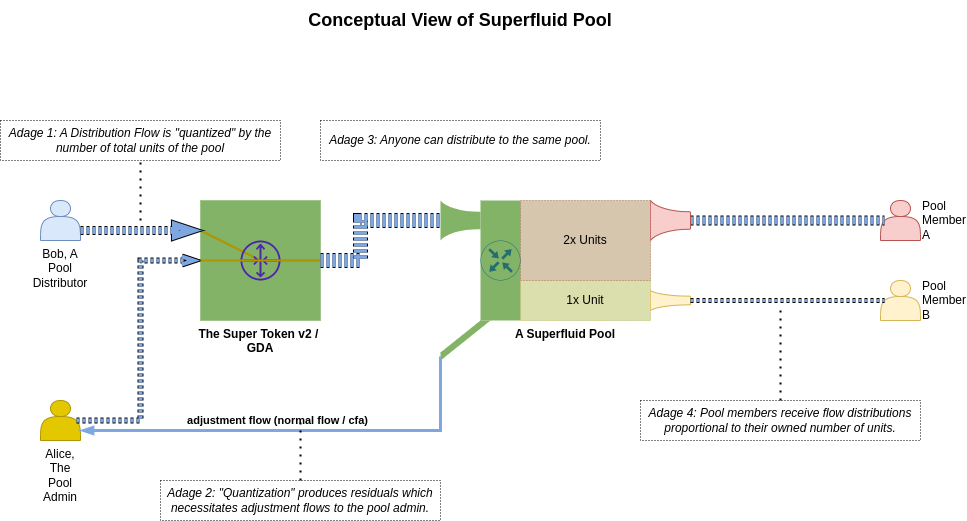
Earlier version of the draw.io export packages/solidity-semantic-money/docs/pool-concept-overview.png (superfluid-finance/protocol-monorepo). Source tidied: cells renumbered, new cells last; positions are measured from the earlier drawing's top-left corner, leaving out a move shared by most shapes. Source of this version:
```xml
<mxGraphModel>
  <root>
    <mxCell id="0" />
    <mxCell id="1" parent="0" />
    <mxCell id="2" value="The Super Token v2 / &#10;GDA" style="group;strokeColor=none;fillColor=#82B366;labelPosition=center;verticalLabelPosition=bottom;align=center;verticalAlign=top;fontStyle=1;" parent="1" vertex="1">
      <mxGeometry x="200" y="200" width="120" height="120" as="geometry" />
    </mxCell>
    <mxCell id="3" style="rounded=0;whiteSpace=wrap;html=1;fillColor=#82B366;strokeColor=none;labelPosition=center;verticalLabelPosition=bottom;align=center;verticalAlign=top;" parent="2" vertex="1">
      <mxGeometry width="120" height="120" as="geometry" />
    </mxCell>
    <mxCell id="4" style="endArrow=none;html=1;rounded=0;shadow=0;strokeColor=#B09500;fillColor=#e3c800;strokeWidth=2;entryX=1;entryY=0.5;entryDx=0;entryDy=0;exitX=0;exitY=0.25;exitDx=0;exitDy=0;fontStyle=1;labelPosition=center;verticalLabelPosition=middle;align=center;verticalAlign=middle;" parent="2" edge="1" source="3" target="3">
      <mxGeometry x="-0.09" y="10" relative="1" as="geometry">
        <Array as="points">
          <mxPoint x="60" y="60" />
        </Array>
      </mxGeometry>
    </mxCell>
    <mxCell id="5" style="sketch=0;outlineConnect=0;fontColor=#232F3E;gradientColor=none;fillColor=#4D27AA;strokeColor=none;dashed=0;verticalLabelPosition=bottom;verticalAlign=top;align=center;html=1;fontSize=12;fontStyle=0;shape=mxgraph.aws4.router;" parent="2" vertex="1">
      <mxGeometry x="40" y="40" width="40" height="40" as="geometry" />
    </mxCell>
    <mxCell id="6" style="verticalLabelPosition=bottom;align=center;outlineConnect=0;dashed=0;html=1;verticalAlign=top;shape=mxgraph.pid.flow_sensors.flow_nozzle;strokeColor=none;fillColor=#82B366;" parent="1" vertex="1">
      <mxGeometry x="440" y="200" width="40" height="40" as="geometry" />
    </mxCell>
    <mxCell id="7" value="A Superfluid Pool" style="rounded=0;whiteSpace=wrap;html=1;fillColor=#82B366;strokeColor=none;labelPosition=center;verticalLabelPosition=bottom;align=center;verticalAlign=top;fontStyle=1;" parent="1" vertex="1">
      <mxGeometry x="480" y="200" width="170" height="120" as="geometry" />
    </mxCell>
    <mxCell id="8" style="verticalLabelPosition=bottom;verticalAlign=top;html=1;shape=mxgraph.basic.diag_stripe;dx=4;strokeColor=none;fillColor=#82B366;flipV=1;direction=south;" parent="1" vertex="1">
      <mxGeometry x="440" y="320" width="50" height="40" as="geometry" />
    </mxCell>
    <mxCell id="9" value="Bob, A Pool Distributor" style="shape=actor;whiteSpace=wrap;html=1;strokeColor=#6c8ebf;fillColor=#dae8fc;labelPosition=center;verticalLabelPosition=bottom;align=center;verticalAlign=top;" parent="1" vertex="1">
      <mxGeometry x="40" y="200" width="40" height="40" as="geometry" />
    </mxCell>
    <mxCell id="10" style="shape=filledEdge;fixDash=1;endArrow=blockThin;strokeWidth=9;fillColor=#7EA6E0;edgeStyle=orthogonalEdgeStyle;html=1;strokeColor=default;rounded=0;shadow=0;dashed=1;endFill=1;" parent="1" edge="1">
      <mxGeometry relative="1" as="geometry">
        <mxPoint x="80" y="230" as="sourcePoint" />
        <mxPoint x="200" y="230" as="targetPoint" />
        <Array as="points">
          <mxPoint x="180" y="230" />
          <mxPoint x="180" y="230" />
        </Array>
      </mxGeometry>
    </mxCell>
    <mxCell id="11" style="shape=filledEdge;fixDash=1;endArrow=none;strokeWidth=15;fillColor=#7EA6E0;edgeStyle=orthogonalEdgeStyle;html=1;strokeColor=default;rounded=0;shadow=0;entryX=0;entryY=0.5;entryDx=0;entryDy=0;entryPerimeter=0;exitX=1;exitY=0.5;exitDx=0;exitDy=0;dashed=1;endFill=0;" parent="1" edge="1" source="3" target="6">
      <mxGeometry relative="1" as="geometry">
        <Array as="points">
          <mxPoint x="360" y="260" />
          <mxPoint x="360" y="220" />
        </Array>
      </mxGeometry>
    </mxCell>
    <mxCell id="12" value="Alice, The&lt;br&gt;Pool Admin" style="shape=actor;whiteSpace=wrap;html=1;strokeColor=#B09500;fillColor=#e3c800;fontColor=#000000;verticalAlign=top;labelPosition=center;verticalLabelPosition=bottom;align=center;" parent="1" vertex="1">
      <mxGeometry x="40" y="400" width="40" height="40" as="geometry" />
    </mxCell>
    <mxCell id="13" value="adjustment flow (normal flow / cfa)" style="endArrow=none;html=1;rounded=0;shadow=0;strokeColor=#7EA6E0;fillColor=#7EA6E0;strokeWidth=3;entryX=0;entryY=0;entryDx=4;entryDy=50;entryPerimeter=0;exitX=1;exitY=0.75;exitDx=0;exitDy=0;fontStyle=1;labelPosition=center;verticalLabelPosition=middle;align=center;verticalAlign=middle;labelBackgroundColor=none;startArrow=blockThin;startFill=1;" parent="1" edge="1" source="12" target="8">
      <mxGeometry x="-0.09" y="10" relative="1" as="geometry">
        <Array as="points">
          <mxPoint x="440" y="430" />
        </Array>
      </mxGeometry>
    </mxCell>
    <mxCell id="14" value="Conceptual View of Superfluid Pool" style="text;html=1;strokeColor=none;fillColor=none;align=center;verticalAlign=middle;whiteSpace=wrap;rounded=0;fontSize=18;fontStyle=1;" parent="1" vertex="1">
      <mxGeometry x="280" width="360" height="40" as="geometry" />
    </mxCell>
    <mxCell id="15" value="Pool Member&lt;br&gt;A" style="shape=actor;whiteSpace=wrap;html=1;strokeColor=#b85450;fillColor=#f8cecc;labelPosition=right;verticalLabelPosition=middle;align=left;verticalAlign=middle;" parent="1" vertex="1">
      <mxGeometry x="880" y="200" width="40" height="40" as="geometry" />
    </mxCell>
    <mxCell id="16" value="Pool Member&lt;br&gt;B" style="shape=actor;whiteSpace=wrap;html=1;strokeColor=#d6b656;fillColor=#fff2cc;labelPosition=right;verticalLabelPosition=middle;align=left;verticalAlign=middle;" parent="1" vertex="1">
      <mxGeometry x="880" y="280" width="40" height="40" as="geometry" />
    </mxCell>
    <mxCell id="17" value="Adage 1: A Distribution Flow is &quot;quantized&quot; by the number of total units of the pool" style="text;html=1;strokeColor=default;fillColor=none;align=center;verticalAlign=middle;whiteSpace=wrap;rounded=0;fontSize=12;fontStyle=2;dashed=1;dashPattern=1 2;" parent="1" vertex="1">
      <mxGeometry y="120" width="280" height="40" as="geometry" />
    </mxCell>
    <mxCell id="18" style="endArrow=none;dashed=1;html=1;dashPattern=1 3;strokeWidth=2;rounded=0;shadow=0;strokeColor=#000000;fontSize=12;fillColor=#7EA6E0;entryX=0.5;entryY=1;entryDx=0;entryDy=0;" parent="1" edge="1" target="17">
      <mxGeometry relative="1" as="geometry">
        <mxPoint x="140" y="220" as="sourcePoint" />
      </mxGeometry>
    </mxCell>
    <mxCell id="19" style="shape=filledEdge;fixDash=1;endArrow=none;strokeWidth=10;fillColor=#7EA6E0;edgeStyle=orthogonalEdgeStyle;html=1;strokeColor=default;rounded=0;shadow=0;entryX=0.1;entryY=0.5;entryDx=0;entryDy=0;entryPerimeter=0;exitX=1;exitY=0.5;exitDx=0;exitDy=0;dashed=1;exitPerimeter=0;endFill=0;" parent="1" edge="1" source="20" target="15">
      <mxGeometry relative="1" as="geometry">
        <Array as="points">
          <mxPoint x="750" y="220" />
          <mxPoint x="750" y="220" />
        </Array>
      </mxGeometry>
    </mxCell>
    <mxCell id="20" style="verticalLabelPosition=bottom;align=center;outlineConnect=0;dashed=0;html=1;verticalAlign=top;shape=mxgraph.pid.flow_sensors.flow_nozzle;strokeColor=#b85450;fillColor=#f8cecc;flipH=0;" parent="1" vertex="1">
      <mxGeometry x="650" y="200" width="40" height="40" as="geometry" />
    </mxCell>
    <mxCell id="21" style="verticalLabelPosition=bottom;align=center;outlineConnect=0;dashed=0;html=1;verticalAlign=top;shape=mxgraph.pid.flow_sensors.flow_nozzle;strokeColor=#d6b656;fillColor=#fff2cc;flipH=0;" parent="1" vertex="1">
      <mxGeometry x="650" y="290" width="40" height="20" as="geometry" />
    </mxCell>
    <mxCell id="22" style="shape=filledEdge;fixDash=1;endArrow=none;strokeWidth=5;fillColor=#7EA6E0;edgeStyle=orthogonalEdgeStyle;html=1;strokeColor=default;rounded=0;shadow=0;exitX=1;exitY=0.5;exitDx=0;exitDy=0;dashed=1;exitPerimeter=0;entryX=0.1;entryY=0.5;entryDx=0;entryDy=0;entryPerimeter=0;endFill=0;" parent="1" edge="1" source="21" target="16">
      <mxGeometry relative="1" as="geometry" />
    </mxCell>
    <mxCell id="23" value="1x&amp;nbsp;Unit" style="rounded=0;whiteSpace=wrap;html=1;dashed=1;dashPattern=1 2;strokeColor=#d6b656;fontSize=12;fillColor=#fff2cc;opacity=70;" parent="1" vertex="1">
      <mxGeometry x="520" y="280" width="130" height="40" as="geometry" />
    </mxCell>
    <mxCell id="24" value="2x Units" style="rounded=0;whiteSpace=wrap;html=1;dashed=1;dashPattern=1 2;strokeColor=#b85450;fontSize=12;fillColor=#f8cecc;opacity=70;" parent="1" vertex="1">
      <mxGeometry x="520" y="200" width="130" height="80" as="geometry" />
    </mxCell>
    <mxCell id="25" style="shape=filledEdge;fixDash=1;endArrow=openThin;strokeWidth=6;fillColor=#7EA6E0;edgeStyle=orthogonalEdgeStyle;html=1;strokeColor=default;rounded=0;shadow=0;dashed=1;exitX=0.9;exitY=0.5;exitDx=0;exitDy=0;exitPerimeter=0;entryX=0;entryY=0.5;entryDx=0;entryDy=0;endFill=0;" parent="1" edge="1" source="12" target="3">
      <mxGeometry relative="1" as="geometry">
        <Array as="points">
          <mxPoint x="140" y="420" />
          <mxPoint x="140" y="260" />
        </Array>
      </mxGeometry>
    </mxCell>
    <mxCell id="26" style="sketch=0;verticalLabelPosition=bottom;html=1;verticalAlign=top;align=center;shape=mxgraph.cisco19.rect;prIcon=router;fillColor=none;strokeColor=#005073;dashed=1;dashPattern=1 2;fontSize=12;opacity=70;" parent="1" vertex="1">
      <mxGeometry x="480" y="240" width="40" height="40" as="geometry" />
    </mxCell>
    <mxCell id="27" value="Adage 2: &quot;Quantization&quot; produces residuals which necessitates adjustment flows to the pool admin." style="text;html=1;strokeColor=default;fillColor=none;align=center;verticalAlign=middle;whiteSpace=wrap;rounded=0;fontSize=12;fontStyle=2;dashed=1;dashPattern=1 2;" parent="1" vertex="1">
      <mxGeometry x="160" y="480" width="280" height="40" as="geometry" />
    </mxCell>
    <mxCell id="28" style="endArrow=none;dashed=1;html=1;dashPattern=1 3;strokeWidth=2;rounded=0;shadow=0;strokeColor=#000000;fontSize=12;fillColor=#7EA6E0;exitX=0.5;exitY=0;exitDx=0;exitDy=0;" parent="1" edge="1" source="27">
      <mxGeometry relative="1" as="geometry">
        <mxPoint x="300" y="420" as="targetPoint" />
      </mxGeometry>
    </mxCell>
    <mxCell id="29" value="Adage 4: Pool members receive flow distributions proportional to their owned number of units." style="text;html=1;strokeColor=default;fillColor=none;align=center;verticalAlign=middle;whiteSpace=wrap;rounded=0;fontSize=12;fontStyle=2;dashed=1;dashPattern=1 2;" parent="1" vertex="1">
      <mxGeometry x="640" y="400" width="280" height="40" as="geometry" />
    </mxCell>
    <mxCell id="30" style="endArrow=none;dashed=1;html=1;dashPattern=1 3;strokeWidth=2;rounded=0;shadow=0;strokeColor=#000000;fontSize=12;fillColor=#7EA6E0;exitX=0.5;exitY=0;exitDx=0;exitDy=0;" parent="1" edge="1" source="29">
      <mxGeometry relative="1" as="geometry">
        <mxPoint x="780" y="310" as="targetPoint" />
      </mxGeometry>
    </mxCell>
    <mxCell id="31" style="endArrow=none;html=1;rounded=0;shadow=0;strokeColor=#B09500;fillColor=#e3c800;strokeWidth=2;exitX=0;exitY=0.5;exitDx=0;exitDy=0;fontStyle=1;labelPosition=center;verticalLabelPosition=middle;align=center;verticalAlign=middle;" parent="1" edge="1" source="3">
      <mxGeometry x="-0.09" y="10" relative="1" as="geometry">
        <mxPoint x="320" y="260" as="targetPoint" />
      </mxGeometry>
    </mxCell>
    <mxCell id="32" value="Adage 3: Anyone can distribute to the same pool." style="text;html=1;strokeColor=default;fillColor=none;align=center;verticalAlign=middle;whiteSpace=wrap;rounded=0;fontSize=12;fontStyle=2;dashed=1;dashPattern=1 2;" parent="1" vertex="1">
      <mxGeometry x="320" y="120" width="280" height="40" as="geometry" />
    </mxCell>
  </root>
</mxGraphModel>
```
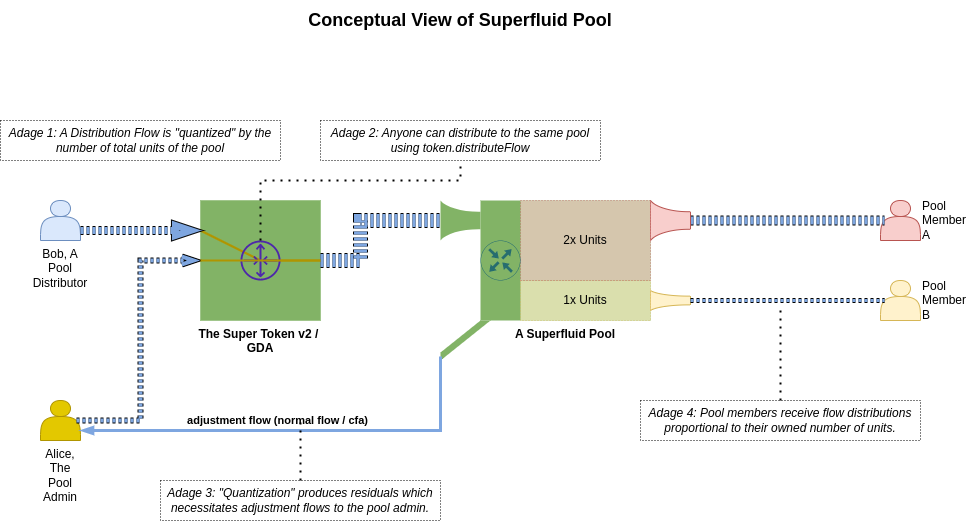
The same diagram one commit later.

What changed in the source:
```diff
@@ -70,9 +70,12 @@
     <mxCell id="17" value="Adage 1: A Distribution Flow is &quot;quantized&quot; by the number of total units of the pool" style="text;html=1;strokeColor=default;fillColor=none;align=center;verticalAlign=middle;whiteSpace=wrap;rounded=0;fontSize=12;fontStyle=2;dashed=1;dashPattern=1 2;" parent="1" vertex="1">
       <mxGeometry y="120" width="280" height="40" as="geometry" />
     </mxCell>
-    <mxCell id="18" style="endArrow=none;dashed=1;html=1;dashPattern=1 3;strokeWidth=2;rounded=0;shadow=0;strokeColor=#000000;fontSize=12;fillColor=#7EA6E0;entryX=0.5;entryY=1;entryDx=0;entryDy=0;" parent="1" edge="1" target="17">
+    <mxCell id="18" style="endArrow=none;dashed=1;html=1;dashPattern=1 3;strokeWidth=2;rounded=0;shadow=0;strokeColor=#000000;fontSize=12;fillColor=#7EA6E0;entryX=0.5;entryY=1;entryDx=0;entryDy=0;" parent="1" edge="1" source="5" target="32">
       <mxGeometry relative="1" as="geometry">
-        <mxPoint x="140" y="220" as="sourcePoint" />
+        <Array as="points">
+          <mxPoint x="260" y="180" />
+          <mxPoint x="460" y="180" />
+        </Array>
       </mxGeometry>
     </mxCell>
     <mxCell id="19" style="shape=filledEdge;fixDash=1;endArrow=none;strokeWidth=10;fillColor=#7EA6E0;edgeStyle=orthogonalEdgeStyle;html=1;strokeColor=default;rounded=0;shadow=0;entryX=0.1;entryY=0.5;entryDx=0;entryDy=0;entryPerimeter=0;exitX=1;exitY=0.5;exitDx=0;exitDy=0;dashed=1;exitPerimeter=0;endFill=0;" parent="1" edge="1" source="20" target="15">
@@ -92,7 +95,7 @@
     <mxCell id="22" style="shape=filledEdge;fixDash=1;endArrow=none;strokeWidth=5;fillColor=#7EA6E0;edgeStyle=orthogonalEdgeStyle;html=1;strokeColor=default;rounded=0;shadow=0;exitX=1;exitY=0.5;exitDx=0;exitDy=0;dashed=1;exitPerimeter=0;entryX=0.1;entryY=0.5;entryDx=0;entryDy=0;entryPerimeter=0;endFill=0;" parent="1" edge="1" source="21" target="16">
       <mxGeometry relative="1" as="geometry" />
     </mxCell>
-    <mxCell id="23" value="1x&amp;nbsp;Unit" style="rounded=0;whiteSpace=wrap;html=1;dashed=1;dashPattern=1 2;strokeColor=#d6b656;fontSize=12;fillColor=#fff2cc;opacity=70;" parent="1" vertex="1">
+    <mxCell id="23" value="1x&amp;nbsp;Units" style="rounded=0;whiteSpace=wrap;html=1;dashed=1;dashPattern=1 2;strokeColor=#d6b656;fontSize=12;fillColor=#fff2cc;opacity=70;" parent="1" vertex="1">
       <mxGeometry x="520" y="280" width="130" height="40" as="geometry" />
     </mxCell>
     <mxCell id="24" value="2x Units" style="rounded=0;whiteSpace=wrap;html=1;dashed=1;dashPattern=1 2;strokeColor=#b85450;fontSize=12;fillColor=#f8cecc;opacity=70;" parent="1" vertex="1">
@@ -109,7 +112,7 @@
     <mxCell id="26" style="sketch=0;verticalLabelPosition=bottom;html=1;verticalAlign=top;align=center;shape=mxgraph.cisco19.rect;prIcon=router;fillColor=none;strokeColor=#005073;dashed=1;dashPattern=1 2;fontSize=12;opacity=70;" parent="1" vertex="1">
       <mxGeometry x="480" y="240" width="40" height="40" as="geometry" />
     </mxCell>
-    <mxCell id="27" value="Adage 2: &quot;Quantization&quot; produces residuals which necessitates adjustment flows to the pool admin." style="text;html=1;strokeColor=default;fillColor=none;align=center;verticalAlign=middle;whiteSpace=wrap;rounded=0;fontSize=12;fontStyle=2;dashed=1;dashPattern=1 2;" parent="1" vertex="1">
+    <mxCell id="27" value="Adage 3: &quot;Quantization&quot; produces residuals which necessitates adjustment flows to the pool admin." style="text;html=1;strokeColor=default;fillColor=none;align=center;verticalAlign=middle;whiteSpace=wrap;rounded=0;fontSize=12;fontStyle=2;dashed=1;dashPattern=1 2;" parent="1" vertex="1">
       <mxGeometry x="160" y="480" width="280" height="40" as="geometry" />
     </mxCell>
     <mxCell id="28" style="endArrow=none;dashed=1;html=1;dashPattern=1 3;strokeWidth=2;rounded=0;shadow=0;strokeColor=#000000;fontSize=12;fillColor=#7EA6E0;exitX=0.5;exitY=0;exitDx=0;exitDy=0;" parent="1" edge="1" source="27">
@@ -130,7 +133,7 @@
         <mxPoint x="320" y="260" as="targetPoint" />
       </mxGeometry>
     </mxCell>
-    <mxCell id="32" value="Adage 3: Anyone can distribute to the same pool." style="text;html=1;strokeColor=default;fillColor=none;align=center;verticalAlign=middle;whiteSpace=wrap;rounded=0;fontSize=12;fontStyle=2;dashed=1;dashPattern=1 2;" parent="1" vertex="1">
+    <mxCell id="32" value="Adage 2: Anyone can distribute to the same pool using token.distributeFlow" style="text;html=1;strokeColor=default;fillColor=none;align=center;verticalAlign=middle;whiteSpace=wrap;rounded=0;fontSize=12;fontStyle=2;dashed=1;dashPattern=1 2;" parent="1" vertex="1">
       <mxGeometry x="320" y="120" width="280" height="40" as="geometry" />
     </mxCell>
   </root>
```
